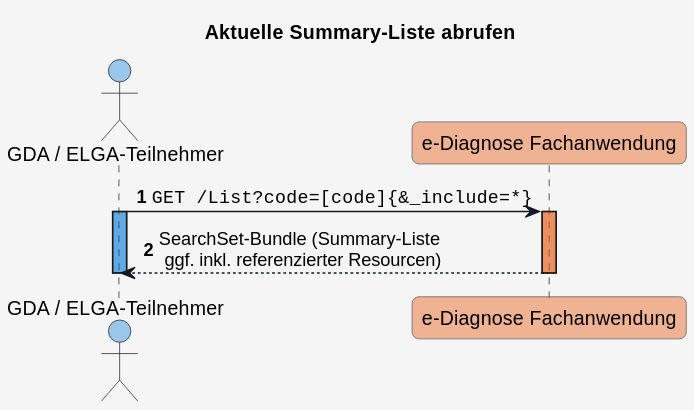
Before: input/images/plantuml/read_summary_list.svg, a diagram exported from PlantUML (HL7Austria/ELGA-e-Diagnose-R4).
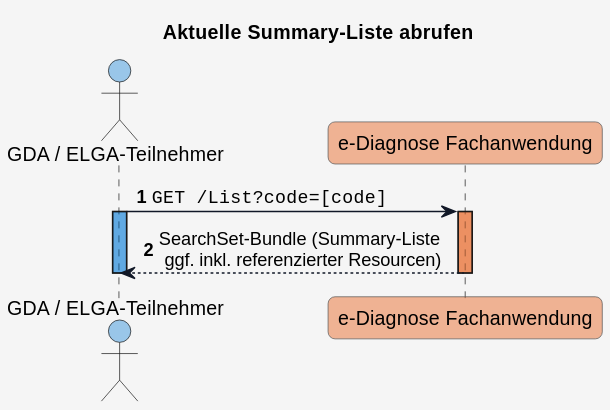
After the commit.

Commit message:
Replace _include=* with _include=List:item

Change to the diagram source:
```diff
@@ -52,7 +52,7 @@
 
 autonumber
 
-USER_1 -> eDiag_FA: ""GET /List?code=[code]{&_include=*}""
+USER_1 -> eDiag_FA: ""GET /List?code=[code]""
 activate USER_1 COLOR_USER_1
 activate eDiag_FA COLOR_DIAG_FA
 
```
